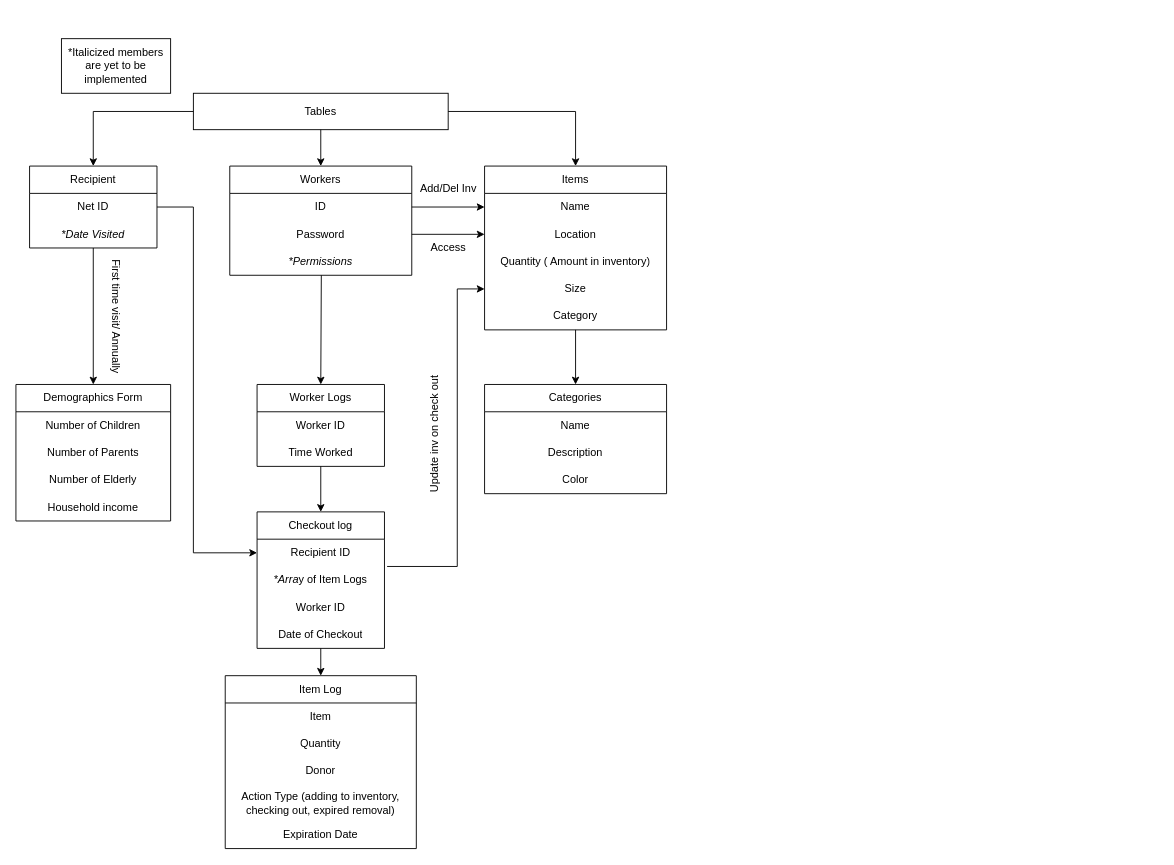
Before: page "Page-1" (1 of 2) of Back-End Data.drawio in UTDallasEPICS/Comet-Cupboard, a draw.io diagram. Source tidied: cells renumbered, new cells numbered last; positions are measured from the earlier drawing's top-left corner, leaving out a move shared by most shapes. Both pictures are drawn from the tidied source at 91%, with x=0, y=0 at pixel (15, 38).
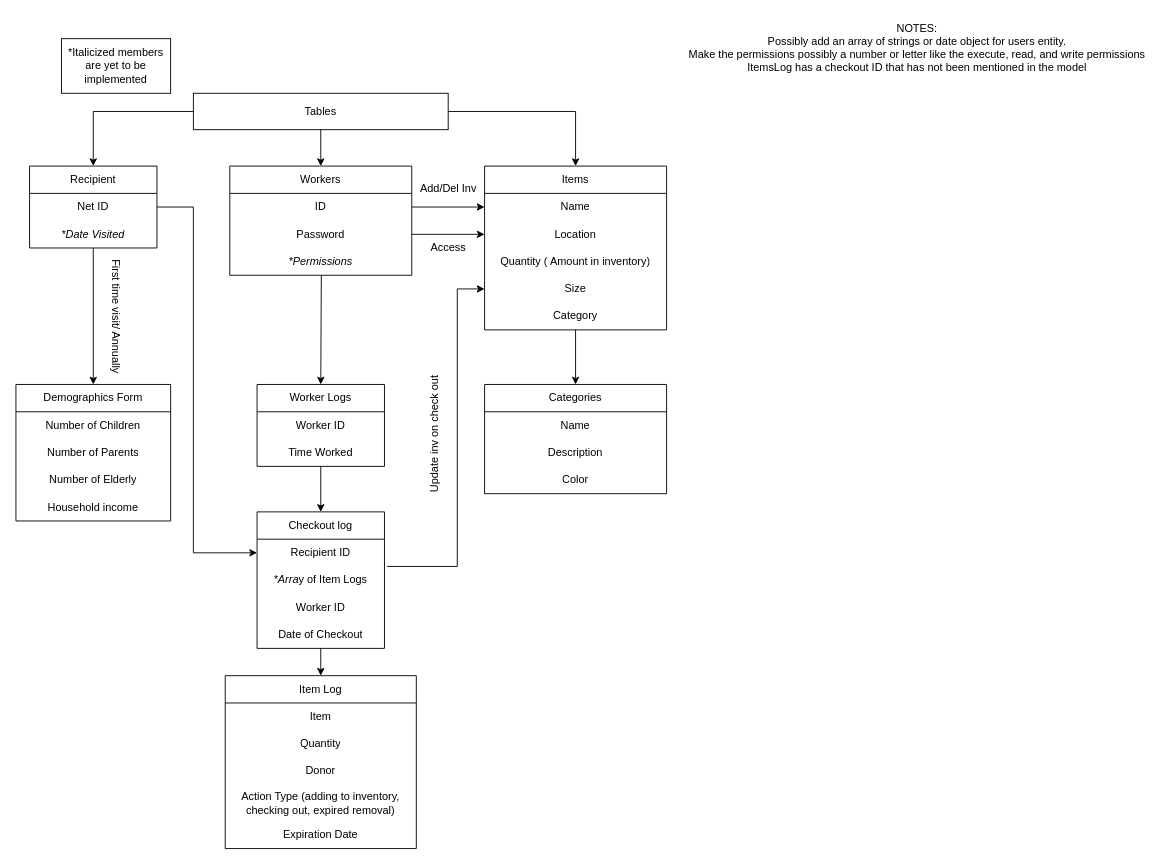
The same diagram, later.

Diff of the diagram source:
```diff
@@
+    <mxCell id="56" value="NOTES:&lt;br&gt;Possibly add an array of strings or date object for users entity.&lt;br&gt;Make the permissions possibly a number or letter like the execute, read, and write permissions&lt;br&gt;ItemsLog has a checkout ID that has not been mentioned in the model&lt;br&gt;" style="text;html=1;align=center;verticalAlign=middle;strokeColor=none;fillColor=none;" parent="1" vertex="1">
+      <mxGeometry x="725" y="-25" width="530" height="70" as="geometry" />
+    </mxCell>
```
